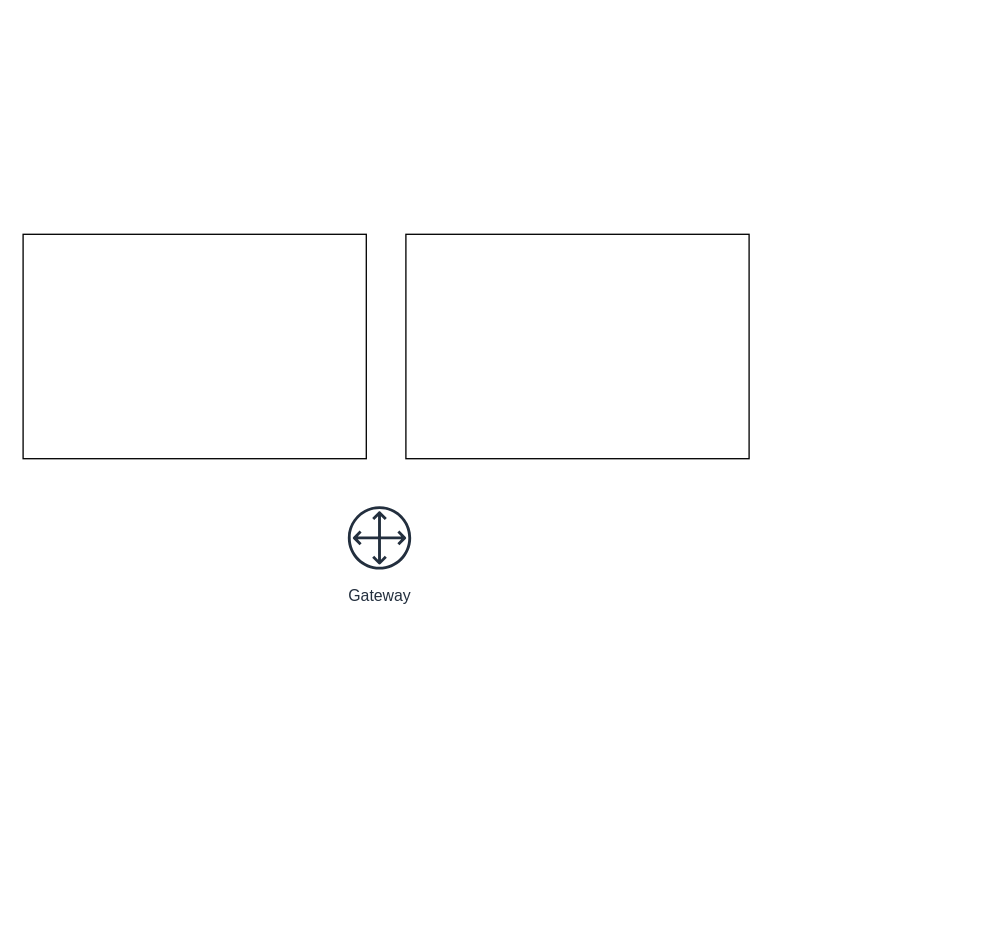
This is csc.drawio from sunmiao0301/Public-Pic-Bed, a draw.io file, before an edit. Source tidied: cells renumbered, new cells numbered last; positions are measured from the earlier drawing's top-left corner, leaving out a move shared by most shapes. Both pictures are drawn from the tidied source at 132%, with x=0, y=0 at pixel (22, 234).
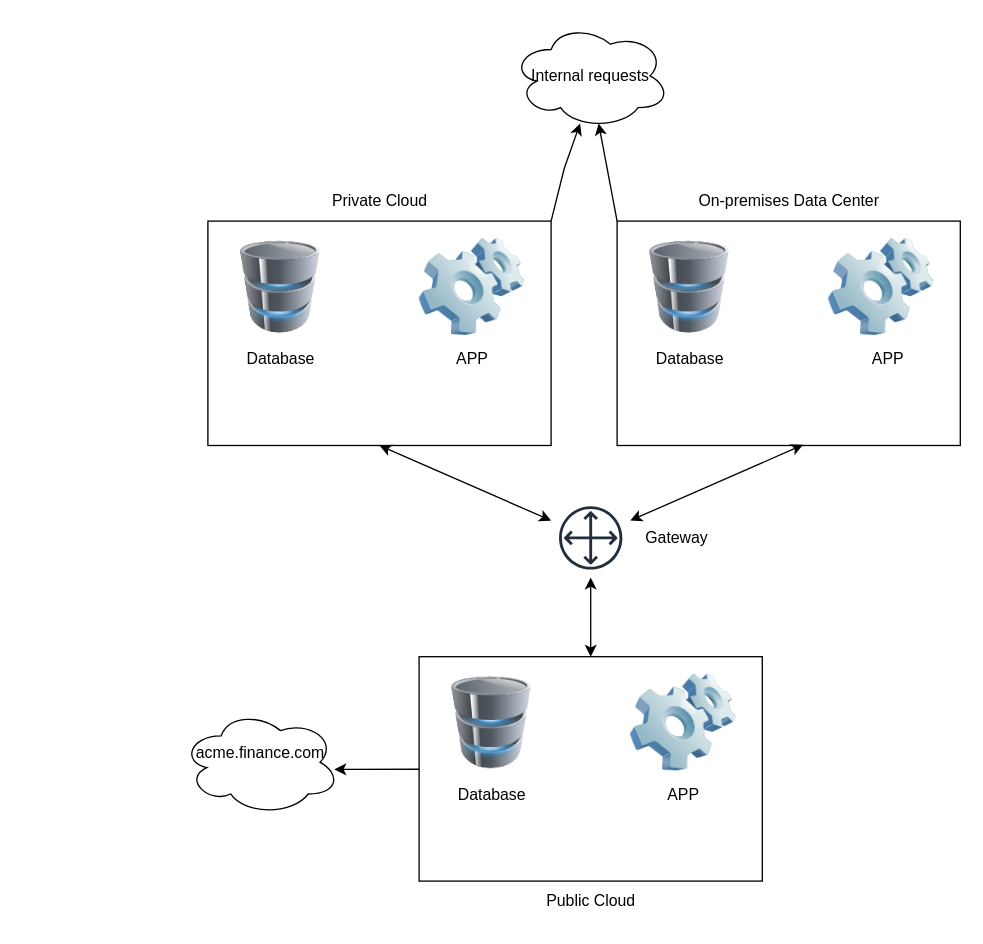
After the change.

The edit, as a diff of the source:
```diff
@@
     <mxCell id="2" style="rounded=0;whiteSpace=wrap;html=1;" parent="1" vertex="1">
-      <mxGeometry width="260" height="170" as="geometry" />
+      <mxGeometry x="140" y="-10" width="260" height="170" as="geometry" />
     </mxCell>
     <mxCell id="3" style="rounded=0;whiteSpace=wrap;html=1;" parent="1" vertex="1">
-      <mxGeometry x="290" width="260" height="170" as="geometry" />
+      <mxGeometry x="300" y="320" width="260" height="170" as="geometry" />
     </mxCell>
-    <mxCell id="4" value="Gateway" style="sketch=0;outlineConnect=0;fontColor=#232F3E;gradientColor=none;strokeColor=#232F3E;fillColor=#ffffff;dashed=0;verticalLabelPosition=bottom;verticalAlign=top;align=center;html=1;fontSize=12;fontStyle=0;shape=mxgraph.aws4.resourceIcon;resIcon=mxgraph.aws4.customer_gateway;" parent="1" vertex="1">
-      <mxGeometry x="240" y="200" width="60" height="60" as="geometry" />
+    <mxCell id="4" style="sketch=0;outlineConnect=0;fontColor=#232F3E;gradientColor=none;strokeColor=#232F3E;fillColor=#ffffff;dashed=0;verticalLabelPosition=bottom;verticalAlign=top;align=center;html=1;fontSize=12;fontStyle=0;shape=mxgraph.aws4.resourceIcon;resIcon=mxgraph.aws4.customer_gateway;" parent="1" vertex="1">
+      <mxGeometry x="400" y="200" width="60" height="60" as="geometry" />
     </mxCell>
+    <mxCell id="5" style="image;html=1;image=img/lib/clip_art/computers/Software_128x128.png;" parent="1" vertex="1">
+      <mxGeometry x="300" width="80" height="80" as="geometry" />
+    </mxCell>
+    <mxCell id="6" style="image;html=1;image=img/lib/clip_art/computers/Database_128x128.png;" parent="1" vertex="1">
+      <mxGeometry x="160" y="5" width="70" height="70" as="geometry" />
+    </mxCell>
+    <mxCell id="7" value="APP" style="text;html=1;align=center;verticalAlign=middle;strokeColor=none;fillColor=none;" parent="1" vertex="1">
+      <mxGeometry x="315" y="80" width="50" height="30" as="geometry" />
+    </mxCell>
+    <mxCell id="8" value="Database" style="text;html=1;align=center;verticalAlign=middle;strokeColor=none;fillColor=none;" parent="1" vertex="1">
+      <mxGeometry x="160" y="80" width="70" height="30" as="geometry" />
+    </mxCell>
+    <mxCell id="9" value="Private Cloud" style="text;html=1;align=center;verticalAlign=middle;strokeColor=none;fillColor=none;" parent="1" vertex="1">
+      <mxGeometry x="220" y="-40" width="100" height="30" as="geometry" />
+    </mxCell>
+    <mxCell id="10" style="rounded=0;whiteSpace=wrap;html=1;" parent="1" vertex="1">
+      <mxGeometry x="450" y="-10" width="260" height="170" as="geometry" />
+    </mxCell>
+    <mxCell id="11" style="image;html=1;image=img/lib/clip_art/computers/Software_128x128.png;" parent="1" vertex="1">
+      <mxGeometry x="610" width="80" height="80" as="geometry" />
+    </mxCell>
+    <mxCell id="12" style="image;html=1;image=img/lib/clip_art/computers/Database_128x128.png;" parent="1" vertex="1">
+      <mxGeometry x="470" y="5" width="70" height="70" as="geometry" />
+    </mxCell>
+    <mxCell id="13" value="APP" style="text;html=1;align=center;verticalAlign=middle;strokeColor=none;fillColor=none;" parent="1" vertex="1">
+      <mxGeometry x="630" y="80" width="50" height="30" as="geometry" />
+    </mxCell>
+    <mxCell id="14" value="Database" style="text;html=1;align=center;verticalAlign=middle;strokeColor=none;fillColor=none;" parent="1" vertex="1">
+      <mxGeometry x="470" y="80" width="70" height="30" as="geometry" />
+    </mxCell>
+    <mxCell id="15" value="On-premises Data Center " style="text;html=1;align=center;verticalAlign=middle;strokeColor=none;fillColor=none;" parent="1" vertex="1">
+      <mxGeometry x="500" y="-40" width="160" height="30" as="geometry" />
+    </mxCell>
+    <mxCell id="16" value="Public&amp;nbsp;Cloud" style="text;html=1;align=center;verticalAlign=middle;strokeColor=none;fillColor=none;" parent="1" vertex="1">
+      <mxGeometry x="385" y="490" width="90" height="30" as="geometry" />
+    </mxCell>
+    <mxCell id="17" style="image;html=1;image=img/lib/clip_art/computers/Software_128x128.png;" parent="1" vertex="1">
+      <mxGeometry x="460" y="330" width="80" height="80" as="geometry" />
+    </mxCell>
+    <mxCell id="18" style="image;html=1;image=img/lib/clip_art/computers/Database_128x128.png;" parent="1" vertex="1">
+      <mxGeometry x="320" y="335" width="70" height="70" as="geometry" />
+    </mxCell>
+    <mxCell id="19" value="APP" style="text;html=1;align=center;verticalAlign=middle;strokeColor=none;fillColor=none;" parent="1" vertex="1">
+      <mxGeometry x="475" y="410" width="50" height="30" as="geometry" />
+    </mxCell>
+    <mxCell id="20" value="Database" style="text;html=1;align=center;verticalAlign=middle;strokeColor=none;fillColor=none;" parent="1" vertex="1">
+      <mxGeometry x="320" y="410" width="70" height="30" as="geometry" />
+    </mxCell>
+    <mxCell id="21" style="endArrow=classic;startArrow=classic;html=1;rounded=0;" parent="1" edge="1" source="4">
+      <mxGeometry relative="1" as="geometry">
+        <mxPoint x="270" y="160" as="targetPoint" />
+      </mxGeometry>
+    </mxCell>
+    <mxCell id="22" style="endArrow=classic;startArrow=classic;html=1;rounded=0;entryX=0.542;entryY=0.997;entryDx=0;entryDy=0;entryPerimeter=0;" parent="1" edge="1" source="4" target="10">
+      <mxGeometry relative="1" as="geometry" />
+    </mxCell>
+    <mxCell id="23" style="endArrow=classic;startArrow=classic;html=1;rounded=0;entryX=0.5;entryY=0;entryDx=0;entryDy=0;" parent="1" edge="1" source="4" target="3">
+      <mxGeometry relative="1" as="geometry" />
+    </mxCell>
+    <mxCell id="24" value="acme.finance.com&lt;br&gt;&amp;nbsp;" style="ellipse;shape=cloud;whiteSpace=wrap;html=1;" parent="1" vertex="1">
+      <mxGeometry x="120" y="360" width="120" height="80" as="geometry" />
+    </mxCell>
+    <mxCell id="25" style="endArrow=classic;html=1;rounded=0;entryX=0.965;entryY=0.567;entryDx=0;entryDy=0;entryPerimeter=0;" parent="1" edge="1" source="3" target="24">
+      <mxGeometry relative="1" as="geometry" />
+    </mxCell>
+    <mxCell id="26" value="Gateway" style="text;html=1;align=center;verticalAlign=middle;strokeColor=none;fillColor=none;" parent="1" vertex="1">
+      <mxGeometry x="460" y="215" width="70" height="30" as="geometry" />
+    </mxCell>
+    <mxCell id="27" value="Internal requests" style="ellipse;shape=cloud;whiteSpace=wrap;html=1;" parent="1" vertex="1">
+      <mxGeometry x="370" y="-160" width="120" height="80" as="geometry" />
+    </mxCell>
+    <mxCell id="28" style="endArrow=classic;html=1;rounded=0;exitX=1;exitY=0;exitDx=0;exitDy=0;entryX=0.433;entryY=0.95;entryDx=0;entryDy=0;entryPerimeter=0;" parent="1" edge="1" source="2" target="27">
+      <mxGeometry relative="1" as="geometry">
+        <Array as="points">
+          <mxPoint x="410" y="-50" />
+        </Array>
+      </mxGeometry>
+    </mxCell>
+    <mxCell id="29" style="endArrow=classic;html=1;rounded=0;exitX=0;exitY=0;exitDx=0;exitDy=0;entryX=0.55;entryY=0.95;entryDx=0;entryDy=0;entryPerimeter=0;" parent="1" edge="1" source="10" target="27">
+      <mxGeometry relative="1" as="geometry" />
+    </mxCell>
```
